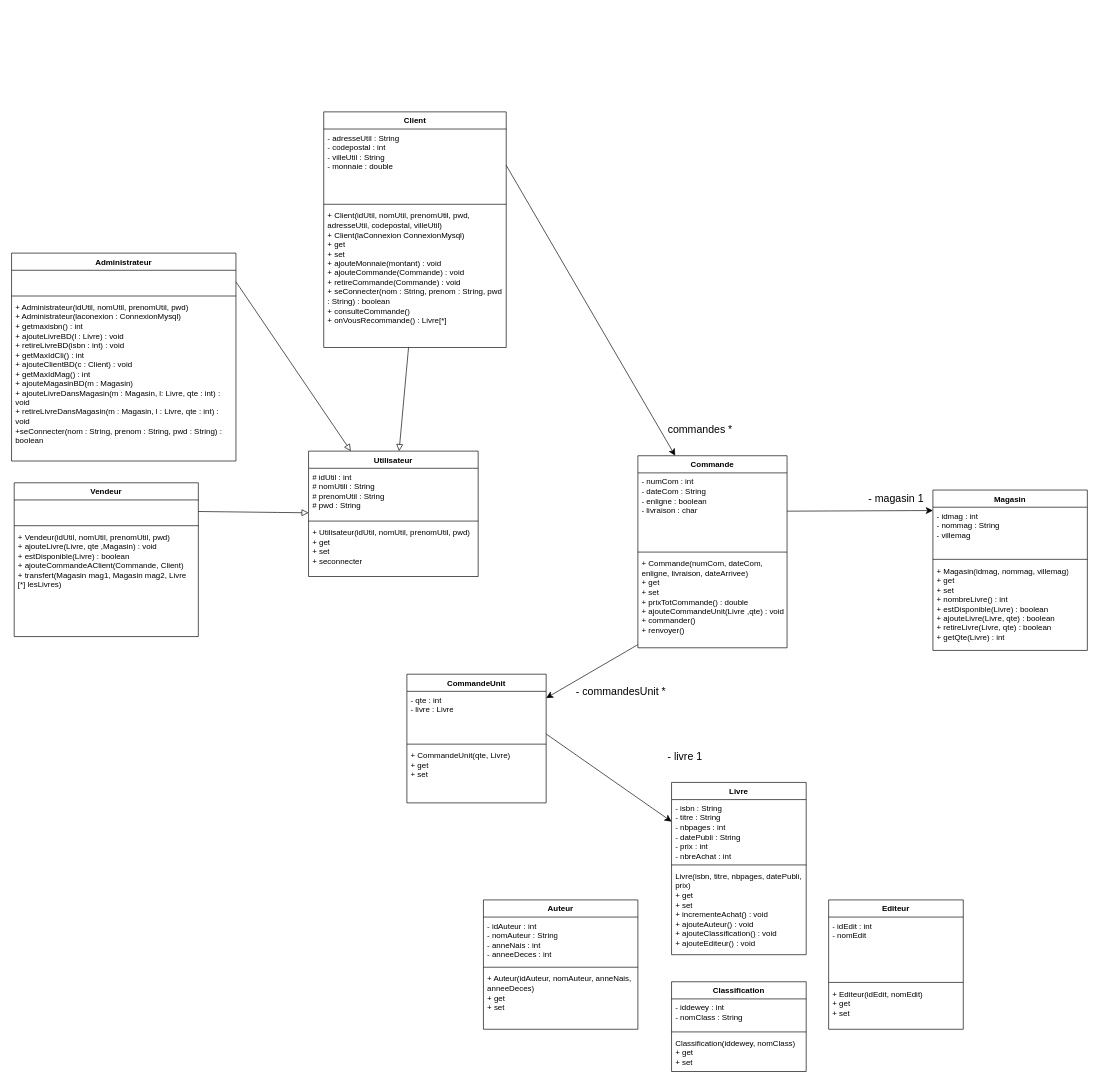
This is UML.drawio from BastienMonet/SAEjava2.03, a draw.io file, before an edit. Source tidied: cells renumbered, new cells numbered last; positions are measured from the earlier drawing's top-left corner, leaving out a move shared by most shapes. Both pictures are drawn from the tidied source at 66%, with x=0, y=0 at pixel (11, 112).
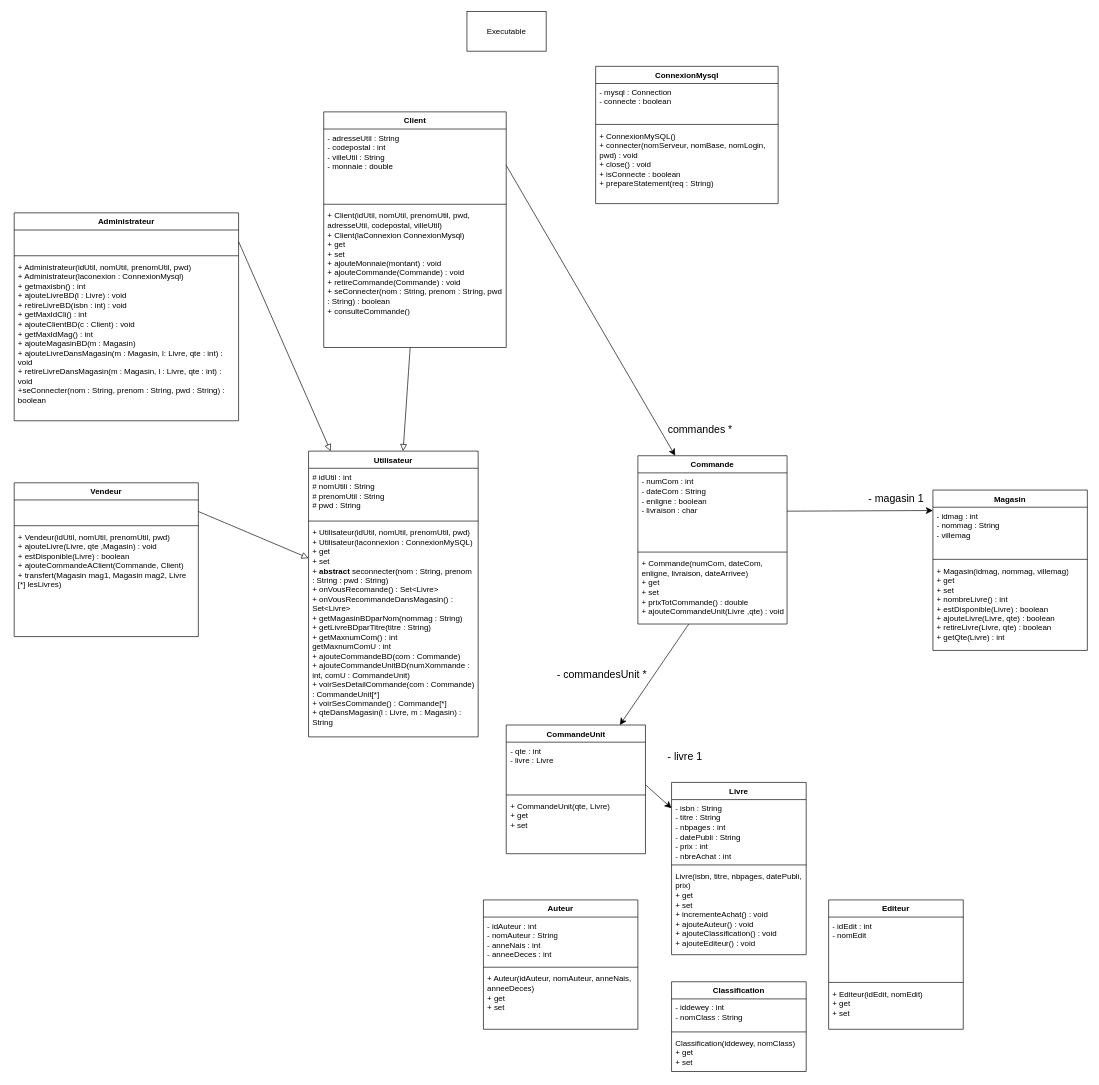
The same diagram, later.

Commit message:
ajout Utilisateur dans UML

The change refers to these unchanged cells:
```xml
<mxCell id="31" value="Client" style="swimlane;fontStyle=1;align=center;verticalAlign=top;horizontal=1;startSize=26;whiteSpace=wrap;html=1;" parent="1" vertex="1">
  <mxGeometry x="473" width="276.5" height="357" as="geometry" />
</mxCell>
```

What changed in the source:
```diff
@@
     <mxCell id="2" value="Utilisateur" style="swimlane;fontStyle=1;align=center;verticalAlign=top;horizontal=1;startSize=26;whiteSpace=wrap;html=1;" parent="1" vertex="1">
-      <mxGeometry x="450" y="514" width="257" height="190" as="geometry" />
+      <mxGeometry x="450" y="514" width="257" height="433" as="geometry" />
     </mxCell>
@@
-    <mxCell id="5" value="&lt;div&gt;+ Utilisateur(idUtil, nomUtil, prenomUtil, pwd)&lt;/div&gt;&lt;div&gt;+ get&lt;/div&gt;&lt;div&gt;+ set&lt;/div&gt;&lt;div&gt;+ seconnecter&lt;/div&gt;" style="text;strokeColor=none;fillColor=none;align=left;verticalAlign=top;spacingLeft=4;spacingRight=4;overflow=hidden;whiteSpace=wrap;html=1;" parent="2" vertex="1">
-      <mxGeometry y="110" width="257" height="80" as="geometry" />
+    <mxCell id="5" value="&lt;div&gt;+ Utilisateur(idUtil, nomUtil, prenomUtil, pwd)&lt;/div&gt;&lt;div&gt;+ Utilisateur(laconnexion : ConnexionMySQL)&lt;/div&gt;&lt;div&gt;+ get&lt;/div&gt;&lt;div&gt;+ set&lt;/div&gt;&lt;div&gt;+ &lt;b&gt;abstract&lt;/b&gt; seconnecter(nom : String, prenom : String : pwd : String)&lt;/div&gt;&lt;div&gt;+ onVousRecomande() : Set&amp;lt;Livre&amp;gt;&lt;/div&gt;&lt;div&gt;+ onVousRecommandeDansMagasin() : Set&amp;lt;Livre&amp;gt;&lt;/div&gt;&lt;div&gt;+ getMagasinBDparNom(nommag : String)&lt;/div&gt;&lt;div&gt;+ getLivreBDparTitre(titre : String)&lt;/div&gt;&lt;div&gt;+ getMaxnumCom() : int&lt;/div&gt;&lt;div&gt;getMaxnumComU : int&lt;/div&gt;&lt;div&gt;+ ajouteCommandeBD(com : Commande)&lt;/div&gt;&lt;div&gt;+ ajouteCommandeUnitBD(numXommande : int, comU : CommandeUnit)&lt;/div&gt;&lt;div&gt;+ voirSesDetailCommande(com : Commande) : CommandeUnit[*]&lt;/div&gt;&lt;div&gt;+ voirSesCommande() : Commande[*]&lt;/div&gt;&lt;div&gt;+ qteDansMagasin(l : Livre, m : Magasin) : String&amp;nbsp;&lt;/div&gt;" style="text;strokeColor=none;fillColor=none;align=left;verticalAlign=top;spacingLeft=4;spacingRight=4;overflow=hidden;whiteSpace=wrap;html=1;" parent="2" vertex="1">
+      <mxGeometry y="110" width="257" height="323" as="geometry" />
     </mxCell>
@@
     <mxCell id="11" value="Commande" style="swimlane;fontStyle=1;align=center;verticalAlign=top;horizontal=1;startSize=26;whiteSpace=wrap;html=1;" parent="1" vertex="1">
-      <mxGeometry x="949" y="521" width="226" height="291" as="geometry" />
+      <mxGeometry x="949" y="521" width="226" height="255" as="geometry" />
     </mxCell>
@@
-    <mxCell id="14" value="&lt;div&gt;&lt;div&gt;+ Commande(numCom, dateCom, enligne, livraison, dateArrivee)&lt;/div&gt;&lt;div&gt;+ get&lt;/div&gt;&lt;div&gt;+ set&lt;/div&gt;&lt;/div&gt;&lt;div&gt;+ prixTotCommande() : double&lt;/div&gt;&lt;div&gt;+ ajouteCommandeUnit(Livre ,qte) : void&lt;/div&gt;&lt;div&gt;+ commander()&lt;/div&gt;&lt;div&gt;+ renvoyer()&lt;/div&gt;" style="text;strokeColor=none;fillColor=none;align=left;verticalAlign=top;spacingLeft=4;spacingRight=4;overflow=hidden;points=[[0,0.5],[1,0.5]];portConstraint=eastwest;whiteSpace=wrap;html=1;" parent="11" vertex="1">
-      <mxGeometry y="150" width="226" height="141" as="geometry" />
+    <mxCell id="14" value="&lt;div&gt;&lt;div&gt;+ Commande(numCom, dateCom, enligne, livraison, dateArrivee)&lt;/div&gt;&lt;div&gt;+ get&lt;/div&gt;&lt;div&gt;+ set&lt;/div&gt;&lt;/div&gt;&lt;div&gt;+ prixTotCommande() : double&lt;/div&gt;&lt;div&gt;+ ajouteCommandeUnit(Livre ,qte) : void&lt;/div&gt;" style="text;strokeColor=none;fillColor=none;align=left;verticalAlign=top;spacingLeft=4;spacingRight=4;overflow=hidden;points=[[0,0.5],[1,0.5]];portConstraint=eastwest;whiteSpace=wrap;html=1;" parent="11" vertex="1">
+      <mxGeometry y="150" width="226" height="105" as="geometry" />
     </mxCell>
@@
-    <mxCell id="34" value="&lt;div&gt;+ Client(idUtil, nomUtil, prenomUtil, pwd, adresseUtil, codepostal, villeUtil)&lt;/div&gt;&lt;div&gt;+ Client(laConnexion ConnexionMysql)&lt;/div&gt;&lt;div&gt;+ get&lt;/div&gt;&lt;div&gt;+ set&lt;/div&gt;&lt;div&gt;+ ajouteMonnaie(montant) : void&lt;/div&gt;&lt;div&gt;+ ajouteCommande(Commande) : void&lt;/div&gt;&lt;div&gt;+ retireCommande(Commande) : void&lt;/div&gt;&lt;div&gt;+ seConnecter(nom : String, prenom : String, pwd : String) : boolean&lt;/div&gt;&lt;div&gt;+ consulteCommande()&lt;/div&gt;&lt;div&gt;+ onVousRecommande() : Livre[*]&lt;/div&gt;" style="text;strokeColor=none;fillColor=none;align=left;verticalAlign=top;spacingLeft=4;spacingRight=4;overflow=hidden;points=[[0,0.5],[1,0.5]];portConstraint=eastwest;whiteSpace=wrap;html=1;" parent="31" vertex="1">
+    <mxCell id="34" value="&lt;div&gt;+ Client(idUtil, nomUtil, prenomUtil, pwd, adresseUtil, codepostal, villeUtil)&lt;/div&gt;&lt;div&gt;+ Client(laConnexion ConnexionMysql)&lt;/div&gt;&lt;div&gt;+ get&lt;/div&gt;&lt;div&gt;+ set&lt;/div&gt;&lt;div&gt;+ ajouteMonnaie(montant) : void&lt;/div&gt;&lt;div&gt;+ ajouteCommande(Commande) : void&lt;/div&gt;&lt;div&gt;+ retireCommande(Commande) : void&lt;/div&gt;&lt;div&gt;+ seConnecter(nom : String, prenom : String, pwd : String) : boolean&lt;/div&gt;&lt;div&gt;+ consulteCommande()&lt;/div&gt;" style="text;strokeColor=none;fillColor=none;align=left;verticalAlign=top;spacingLeft=4;spacingRight=4;overflow=hidden;points=[[0,0.5],[1,0.5]];portConstraint=eastwest;whiteSpace=wrap;html=1;" parent="31" vertex="1">
       <mxGeometry y="144" width="276.5" height="213" as="geometry" />
     </mxCell>
     <mxCell id="35" value="Administrateur" style="swimlane;fontStyle=1;align=center;verticalAlign=top;horizontal=1;startSize=26;whiteSpace=wrap;html=1;" parent="1" vertex="1">
-      <mxGeometry y="214" width="340" height="315" as="geometry" />
+      <mxGeometry x="4" y="153" width="340" height="315" as="geometry" />
     </mxCell>
@@
     <mxCell id="41" value="CommandeUnit" style="swimlane;fontStyle=1;align=center;verticalAlign=top;horizontal=1;startSize=26;whiteSpace=wrap;html=1;" parent="1" vertex="1">
-      <mxGeometry x="599" y="852" width="211" height="195" as="geometry" />
+      <mxGeometry x="749.5" y="929" width="211" height="195" as="geometry" />
     </mxCell>
@@
     <mxCell id="56" value="- commandesUnit *" style="text;html=1;align=center;verticalAlign=middle;strokeColor=none;fillColor=none;fontSize=16;" parent="1" vertex="1">
-      <mxGeometry x="846" y="862" width="154" height="31" as="geometry" />
+      <mxGeometry x="817" y="837" width="154" height="31" as="geometry" />
     </mxCell>
+    <mxCell id="57" value="Executable" style="rounded=0;whiteSpace=wrap;html=1;" parent="1" vertex="1">
+      <mxGeometry x="690" y="-152" width="120" height="60" as="geometry" />
+    </mxCell>
+    <mxCell id="58" value="ConnexionMysql" style="swimlane;fontStyle=1;align=center;verticalAlign=top;horizontal=1;startSize=26;whiteSpace=wrap;html=1;" parent="1" vertex="1">
+      <mxGeometry x="885" y="-69" width="276.5" height="208" as="geometry" />
+    </mxCell>
+    <mxCell id="59" value="&lt;div&gt;- mysql : Connection&lt;/div&gt;&lt;div&gt;- connecte : boolean&lt;/div&gt;&lt;div&gt;&lt;br style=&quot;color: rgb(63, 63, 63);&quot;&gt;&lt;/div&gt;" style="text;strokeColor=none;fillColor=none;align=left;verticalAlign=top;spacingLeft=4;spacingRight=4;overflow=hidden;whiteSpace=wrap;html=1;" parent="58" vertex="1">
+      <mxGeometry y="26" width="276.5" height="58" as="geometry" />
+    </mxCell>
+    <mxCell id="60" style="line;strokeWidth=1;fillColor=none;align=left;verticalAlign=middle;spacingTop=-1;spacingLeft=3;spacingRight=3;labelPosition=right;strokeColor=inherit;" parent="58" vertex="1">
+      <mxGeometry y="84" width="276.5" height="8" as="geometry" />
+    </mxCell>
+    <mxCell id="61" value="&lt;div&gt;+ ConnexionMySQL()&lt;/div&gt;&lt;div&gt;+ connecter(nomServeur, nomBase, nomLogin, pwd) : void&lt;/div&gt;&lt;div&gt;+ close() : void&lt;/div&gt;&lt;div&gt;+ isConnecte : boolean&lt;/div&gt;&lt;div&gt;+ prepareStatement(req : String)&lt;/div&gt;" style="text;strokeColor=none;fillColor=none;align=left;verticalAlign=top;spacingLeft=4;spacingRight=4;overflow=hidden;whiteSpace=wrap;html=1;" parent="58" vertex="1">
+      <mxGeometry y="92" width="276.5" height="116" as="geometry" />
+    </mxCell>
```
